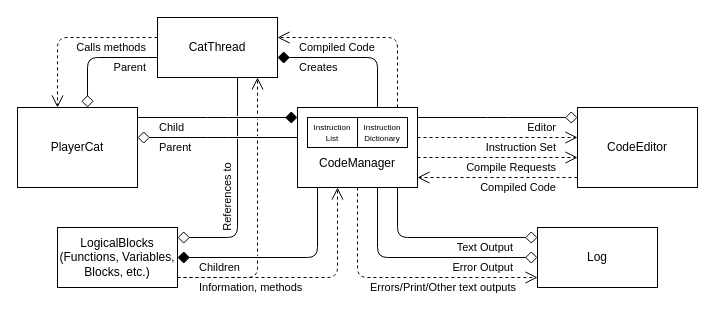
Above: docs/assets/catCodeOverview.drawio in DrewanR/CodeHeist (draw.io), before the change. Source tidied: cells renumbered, new cells numbered last; positions are measured from the earlier drawing's top-left corner, leaving out a move shared by most shapes. Both pictures are drawn from the tidied source at 100%, with x=0, y=0 at pixel (17, 17).
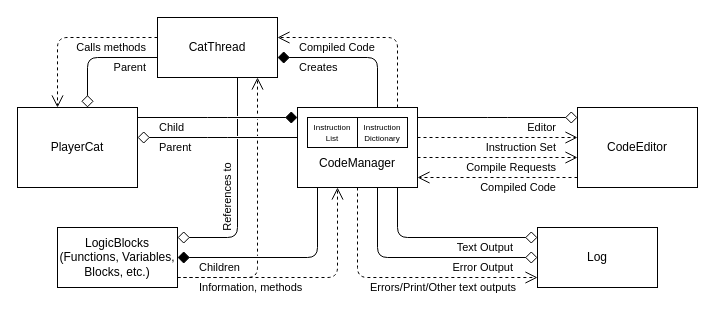
The same page after the edit.

Diff of the diagram source:
```diff
@@
-    <mxCell id="20" value="LogicalBlocks&lt;br&gt;(Functions, Variables, Blocks, etc.)" style="whiteSpace=wrap;html=1;" parent="1" vertex="1">
+    <mxCell id="20" value="LogicBlocks&lt;br&gt;(Functions, Variables, Blocks, etc.)" style="whiteSpace=wrap;html=1;" parent="1" vertex="1">
       <mxGeometry x="40" y="210" width="120" height="60" as="geometry" />
     </mxCell>
```
